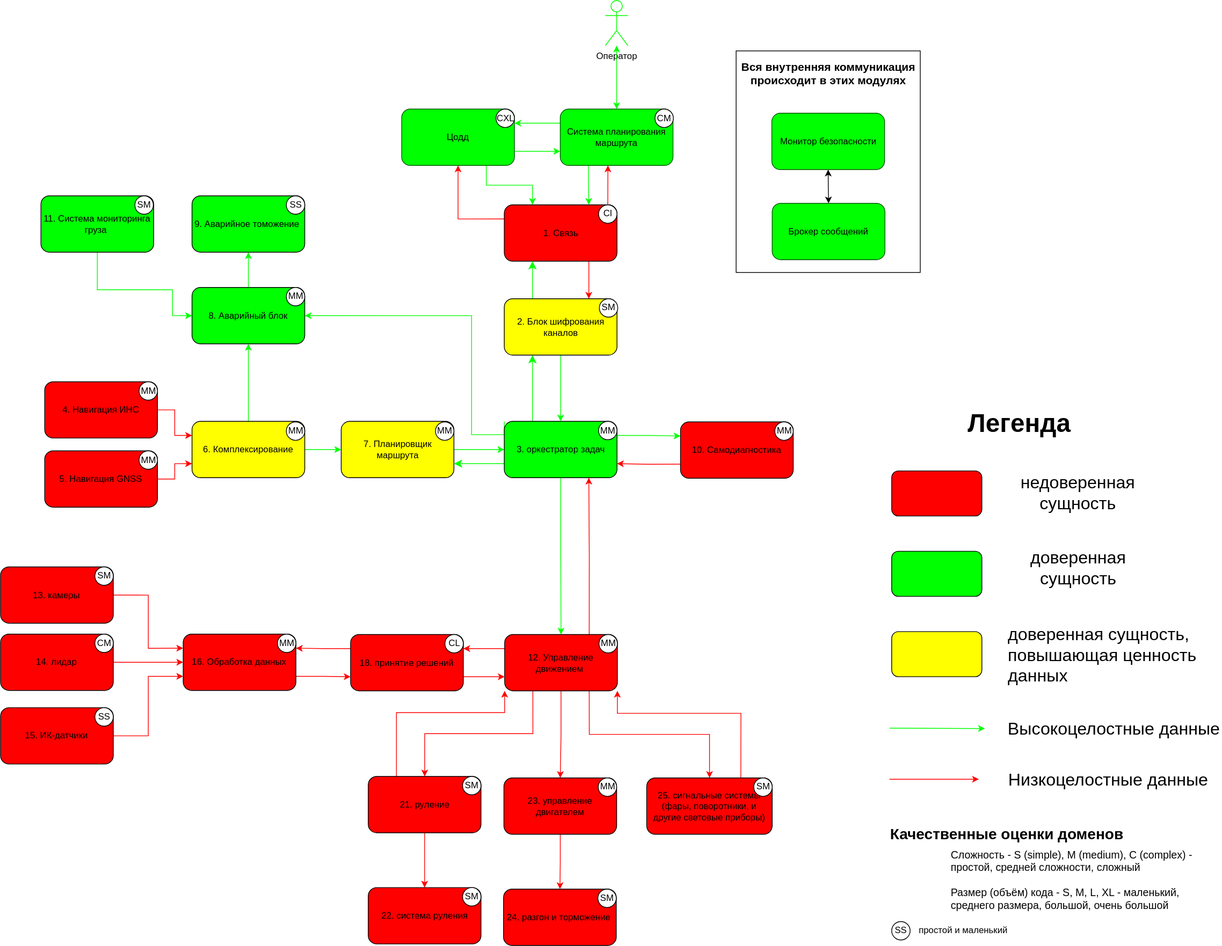
hedgehogsooo/conditionteams keeps this draw.io diagram as images/Декомпозированная диаграмма.svg. Above is the earlier version. Source tidied: cells renumbered, new cells last; positions are measured from the earlier drawing's top-left corner, leaving out a move shared by most shapes.
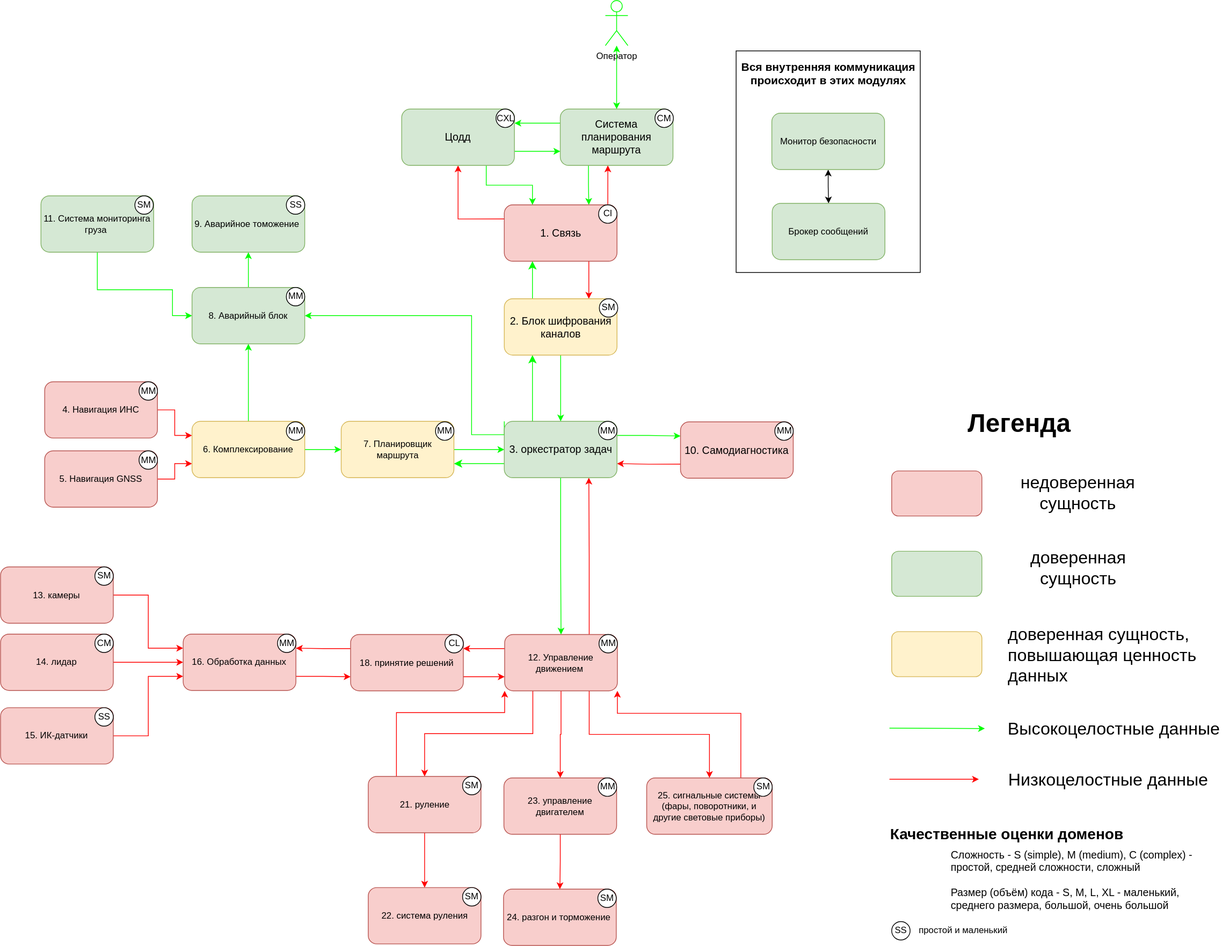
After the change.

Commit message:
Декомпозированная диаграмма

What changed in the source:
```diff
@@ -10,3 +10,3 @@
     </mxCell>
-    <mxCell id="4" value="1. Связь" style="rounded=1;whiteSpace=wrap;html=1;fillColor=#FF0000;" parent="1" vertex="1">
+    <mxCell id="4" value="&lt;font style=&quot;font-size: 14px;&quot;&gt;1. Связь&lt;/font&gt;" style="rounded=1;whiteSpace=wrap;html=1;fillColor=#f8cecc;strokeColor=#b85450;" parent="1" vertex="1">
       <mxGeometry x="670.5" y="272" width="150" height="75" as="geometry" />
@@ -16,3 +16,3 @@
     </mxCell>
-    <mxCell id="6" value="10. Самодиагностика" style="rounded=1;whiteSpace=wrap;html=1;fillColor=#FF0000;" parent="1" vertex="1">
+    <mxCell id="6" value="&lt;font style=&quot;font-size: 14px;&quot;&gt;10. Самодиагностика&lt;/font&gt;" style="rounded=1;whiteSpace=wrap;html=1;fillColor=#f8cecc;strokeColor=#b85450;" parent="1" vertex="1">
       <mxGeometry x="905" y="561" width="150" height="75" as="geometry" />
@@ -31,3 +31,3 @@
     </mxCell>
-    <mxCell id="11" value="&lt;font style=&quot;color: rgb(0, 0, 0);&quot;&gt;Система планирования маршрута&lt;/font&gt;" style="rounded=1;whiteSpace=wrap;html=1;strokeColor=#005700;fillColor=#00FF00;fontColor=#ffffff;" parent="1" vertex="1">
+    <mxCell id="11" value="&lt;font style=&quot;color: rgb(0, 0, 0); font-size: 14px;&quot;&gt;Система планирования маршрута&lt;/font&gt;" style="rounded=1;whiteSpace=wrap;html=1;strokeColor=#82b366;fillColor=#d5e8d4;" parent="1" vertex="1">
       <mxGeometry x="745" y="144.5" width="150" height="75" as="geometry" />
@@ -40,3 +40,3 @@
     </mxCell>
-    <mxCell id="14" value="&lt;font style=&quot;color: rgb(0, 0, 0);&quot;&gt;Цодд&lt;/font&gt;" style="rounded=1;whiteSpace=wrap;html=1;strokeColor=#005700;fillColor=#00FF00;fontColor=#ffffff;" parent="1" vertex="1">
+    <mxCell id="14" value="&lt;font style=&quot;color: rgb(0, 0, 0); font-size: 14px;&quot;&gt;Цодд&lt;/font&gt;" style="rounded=1;whiteSpace=wrap;html=1;strokeColor=#82b366;fillColor=#d5e8d4;" parent="1" vertex="1">
       <mxGeometry x="534" y="144.5" width="150" height="75" as="geometry" />
@@ -58,3 +58,3 @@
     </mxCell>
-    <mxCell id="20" value="12. Управление движением&amp;nbsp;" style="rounded=1;whiteSpace=wrap;html=1;fillColor=#FF0000;" parent="1" vertex="1">
+    <mxCell id="20" value="12. Управление движением&amp;nbsp;" style="rounded=1;whiteSpace=wrap;html=1;fillColor=#f8cecc;strokeColor=#b85450;" parent="1" vertex="1">
       <mxGeometry x="671" y="844" width="150" height="75" as="geometry" />
@@ -67,3 +67,3 @@
     </mxCell>
-    <mxCell id="23" value="18. принятие решений" style="rounded=1;whiteSpace=wrap;html=1;fillColor=#FF0000;" parent="1" vertex="1">
+    <mxCell id="23" value="18. принятие решений" style="rounded=1;whiteSpace=wrap;html=1;fillColor=#f8cecc;strokeColor=#b85450;" parent="1" vertex="1">
       <mxGeometry x="466" y="844" width="150" height="75" as="geometry" />
@@ -79,3 +79,3 @@
     </mxCell>
-    <mxCell id="25" value="11. Система мониторинга груза&amp;nbsp;" style="rounded=1;whiteSpace=wrap;html=1;fillColor=#00FF00;" parent="1" vertex="1">
+    <mxCell id="25" value="11. Система мониторинга груза&amp;nbsp;" style="rounded=1;whiteSpace=wrap;html=1;fillColor=#d5e8d4;strokeColor=#82b366;" parent="1" vertex="1">
       <mxGeometry x="54" y="260" width="150" height="75" as="geometry" />
@@ -94,3 +94,3 @@
     </mxCell>
-    <mxCell id="28" value="7. Планировщик маршрута" style="rounded=1;whiteSpace=wrap;html=1;fillColor=#FFFF00;gradientColor=none;" parent="1" vertex="1">
+    <mxCell id="28" value="7. Планировщик маршрута" style="rounded=1;whiteSpace=wrap;html=1;fillColor=#fff2cc;strokeColor=#d6b656;" parent="1" vertex="1">
       <mxGeometry x="453.5" y="560.2" width="150" height="75" as="geometry" />
@@ -100,6 +100,6 @@
     </mxCell>
-    <mxCell id="30" value="4. Навигация ИНС" style="rounded=1;whiteSpace=wrap;html=1;fillColor=#FF0000;strokeColor=#000000;" parent="1" vertex="1">
+    <mxCell id="30" value="4. Навигация ИНС" style="rounded=1;whiteSpace=wrap;html=1;fillColor=#f8cecc;strokeColor=#b85450;" parent="1" vertex="1">
       <mxGeometry x="59" y="507.5" width="150" height="75" as="geometry" />
     </mxCell>
-    <mxCell id="31" value="24. разгон и торможение&amp;nbsp;" style="rounded=1;whiteSpace=wrap;html=1;fillColor=#FF0000;" parent="1" vertex="1">
+    <mxCell id="31" value="24. разгон и торможение&amp;nbsp;" style="rounded=1;whiteSpace=wrap;html=1;fillColor=#f8cecc;strokeColor=#b85450;" parent="1" vertex="1">
       <mxGeometry x="669.5" y="1183" width="150" height="75" as="geometry" />
@@ -117,6 +117,6 @@
     </mxCell>
-    <mxCell id="34" value="21. руление" style="rounded=1;whiteSpace=wrap;html=1;fillColor=#FF0000;" parent="1" vertex="1">
+    <mxCell id="34" value="21. руление" style="rounded=1;whiteSpace=wrap;html=1;fillColor=#f8cecc;strokeColor=#b85450;" parent="1" vertex="1">
       <mxGeometry x="489.5" y="1033" width="150" height="75" as="geometry" />
     </mxCell>
-    <mxCell id="35" value="22. система руления" style="rounded=1;whiteSpace=wrap;html=1;fillColor=#FF0000;" parent="1" vertex="1">
+    <mxCell id="35" value="22. система руления" style="rounded=1;whiteSpace=wrap;html=1;fillColor=#f8cecc;strokeColor=#b85450;" parent="1" vertex="1">
       <mxGeometry x="489.5" y="1181" width="150" height="75" as="geometry" />
@@ -131,3 +131,3 @@
     </mxCell>
-    <mxCell id="37" value="25. сигнальные системы&lt;br&gt;(фары, поворотники, и другие световые приборы)" style="rounded=1;whiteSpace=wrap;html=1;fillColor=#FF0000;" parent="1" vertex="1">
+    <mxCell id="37" value="25. сигнальные системы&lt;br&gt;(фары, поворотники, и другие световые приборы)" style="rounded=1;whiteSpace=wrap;html=1;fillColor=#f8cecc;strokeColor=#b85450;" parent="1" vertex="1">
       <mxGeometry x="860" y="1035" width="167" height="75" as="geometry" />
@@ -137,3 +137,3 @@
     </mxCell>
-    <mxCell id="39" value="13. камеры" style="rounded=1;whiteSpace=wrap;html=1;fillColor=#FF0000;" parent="1" vertex="1">
+    <mxCell id="39" value="13. камеры" style="rounded=1;whiteSpace=wrap;html=1;fillColor=#f8cecc;strokeColor=#b85450;" parent="1" vertex="1">
       <mxGeometry x="0.2" y="754" width="150" height="75" as="geometry" />
@@ -143,3 +143,3 @@
     </mxCell>
-    <mxCell id="41" value="14. лидар" style="rounded=1;whiteSpace=wrap;html=1;fillColor=#FF0000;" parent="1" vertex="1">
+    <mxCell id="41" value="14. лидар" style="rounded=1;whiteSpace=wrap;html=1;fillColor=#f8cecc;strokeColor=#b85450;" parent="1" vertex="1">
       <mxGeometry x="0.2" y="843.5" width="150" height="75" as="geometry" />
@@ -149,3 +149,3 @@
     </mxCell>
-    <mxCell id="43" value="16. Обработка данных" style="rounded=1;whiteSpace=wrap;html=1;fillColor=#FF0000;" parent="1" vertex="1">
+    <mxCell id="43" value="16. Обработка данных" style="rounded=1;whiteSpace=wrap;html=1;fillColor=#f8cecc;strokeColor=#b85450;" parent="1" vertex="1">
       <mxGeometry x="243.2" y="843.5" width="150" height="75" as="geometry" />
@@ -155,3 +155,3 @@
     </mxCell>
-    <mxCell id="45" value="15. ИК-датчики" style="rounded=1;whiteSpace=wrap;html=1;fillColor=#FF0000;" parent="1" vertex="1">
+    <mxCell id="45" value="15. ИК-датчики" style="rounded=1;whiteSpace=wrap;html=1;fillColor=#f8cecc;strokeColor=#b85450;" parent="1" vertex="1">
       <mxGeometry x="0.2" y="941.5" width="150" height="75" as="geometry" />
@@ -161,3 +161,3 @@
     </mxCell>
-    <mxCell id="47" value="5. Навигация GNSS" style="rounded=1;whiteSpace=wrap;html=1;fillColor=#FF0000;" parent="1" vertex="1">
+    <mxCell id="47" value="5. Навигация GNSS" style="rounded=1;whiteSpace=wrap;html=1;fillColor=#f8cecc;strokeColor=#b85450;" parent="1" vertex="1">
       <mxGeometry x="59" y="599.5" width="150" height="75" as="geometry" />
@@ -167,3 +167,3 @@
     </mxCell>
-    <mxCell id="49" value="23. управление двигателем" style="rounded=1;whiteSpace=wrap;html=1;fillColor=#FF0000;" parent="1" vertex="1">
+    <mxCell id="49" value="23. управление двигателем" style="rounded=1;whiteSpace=wrap;html=1;fillColor=#f8cecc;strokeColor=#b85450;" parent="1" vertex="1">
       <mxGeometry x="670" y="1035" width="150" height="75" as="geometry" />
@@ -191,3 +191,3 @@
     </mxCell>
-    <mxCell id="55" value="3. оркестратор задач" style="rounded=1;whiteSpace=wrap;html=1;fillColor=#00FF00;" parent="1" vertex="1">
+    <mxCell id="55" value="&lt;font style=&quot;font-size: 14px;&quot;&gt;3. оркестратор задач&lt;/font&gt;" style="rounded=1;whiteSpace=wrap;html=1;fillColor=#d5e8d4;strokeColor=#82b366;" parent="1" vertex="1">
       <mxGeometry x="670.5" y="560.2" width="150" height="75" as="geometry" />
@@ -200,3 +200,3 @@
     </mxCell>
-    <mxCell id="58" value="6. Комплексирование" style="rounded=1;whiteSpace=wrap;html=1;fillColor=#FFFF00;" parent="1" vertex="1">
+    <mxCell id="58" value="6. Комплексирование" style="rounded=1;whiteSpace=wrap;html=1;fillColor=#fff2cc;strokeColor=#d6b656;" parent="1" vertex="1">
       <mxGeometry x="255" y="560.2" width="150" height="75" as="geometry" />
@@ -209,3 +209,3 @@
     </mxCell>
-    <mxCell id="61" value="2. Блок шифрования каналов" style="rounded=1;whiteSpace=wrap;html=1;fillColor=#FFFF00;" parent="1" vertex="1">
+    <mxCell id="61" value="&lt;font style=&quot;font-size: 14px;&quot;&gt;2. Блок шифрования каналов&lt;/font&gt;" style="rounded=1;whiteSpace=wrap;html=1;fillColor=#fff2cc;strokeColor=#d6b656;" parent="1" vertex="1">
       <mxGeometry x="670.5" y="397" width="150" height="75" as="geometry" />
@@ -215,6 +215,6 @@
     </mxCell>
-    <mxCell id="63" value="8. Аварийный блок" style="rounded=1;whiteSpace=wrap;html=1;fillColor=#00FF00;" parent="1" vertex="1">
+    <mxCell id="63" value="8. Аварийный блок" style="rounded=1;whiteSpace=wrap;html=1;fillColor=#d5e8d4;strokeColor=#82b366;" parent="1" vertex="1">
       <mxGeometry x="255" y="382" width="150" height="75" as="geometry" />
     </mxCell>
-    <mxCell id="64" value="9. Аварийное томожение&amp;nbsp;" style="rounded=1;whiteSpace=wrap;html=1;fillColor=#00FF00;" parent="1" vertex="1">
+    <mxCell id="64" value="9. Аварийное томожение&amp;nbsp;" style="rounded=1;whiteSpace=wrap;html=1;fillColor=#d5e8d4;strokeColor=#82b366;" parent="1" vertex="1">
       <mxGeometry x="255" y="260" width="150" height="75" as="geometry" />
@@ -224,3 +224,3 @@
     </mxCell>
-    <mxCell id="66" style="rounded=1;whiteSpace=wrap;html=1;fillColor=#FF0000;" parent="1" vertex="1">
+    <mxCell id="66" style="rounded=1;whiteSpace=wrap;html=1;fillColor=#f8cecc;strokeColor=#b85450;" parent="1" vertex="1">
       <mxGeometry x="1186" y="626.2" width="120" height="60" as="geometry" />
@@ -230,3 +230,3 @@
     </mxCell>
-    <mxCell id="68" style="rounded=1;whiteSpace=wrap;html=1;fillColor=#00FF00;" parent="1" vertex="1">
+    <mxCell id="68" style="rounded=1;whiteSpace=wrap;html=1;fillColor=#d5e8d4;strokeColor=#82b366;" parent="1" vertex="1">
       <mxGeometry x="1186" y="733.2" width="120" height="60" as="geometry" />
@@ -236,3 +236,3 @@
     </mxCell>
-    <mxCell id="70" style="rounded=1;whiteSpace=wrap;html=1;fillColor=#FFFF00;" parent="1" vertex="1">
+    <mxCell id="70" style="rounded=1;whiteSpace=wrap;html=1;fillColor=#fff2cc;strokeColor=#d6b656;" parent="1" vertex="1">
       <mxGeometry x="1186" y="840.2" width="120" height="60" as="geometry" />
@@ -350,6 +350,6 @@
     </mxCell>
-    <mxCell id="106" value="&lt;font style=&quot;color: rgb(0, 0, 0);&quot;&gt;Монитор безопасности&lt;/font&gt;" style="rounded=1;whiteSpace=wrap;html=1;strokeColor=#005700;fillColor=#00FF00;fontColor=#ffffff;" parent="1" vertex="1">
+    <mxCell id="106" value="&lt;font style=&quot;color: rgb(0, 0, 0);&quot;&gt;Монитор безопасности&lt;/font&gt;" style="rounded=1;whiteSpace=wrap;html=1;strokeColor=#82b366;fillColor=#d5e8d4;" parent="1" vertex="1">
       <mxGeometry x="1026.5" y="150" width="150" height="75" as="geometry" />
     </mxCell>
-    <mxCell id="107" value="&lt;font style=&quot;color: rgb(0, 0, 0);&quot;&gt;Брокер сообщений&lt;/font&gt;" style="rounded=1;whiteSpace=wrap;html=1;strokeColor=#005700;fillColor=#00FF00;fontColor=#ffffff;" parent="1" vertex="1">
+    <mxCell id="107" value="&lt;font style=&quot;color: rgb(0, 0, 0);&quot;&gt;Брокер сообщений&lt;/font&gt;" style="rounded=1;whiteSpace=wrap;html=1;strokeColor=#82b366;fillColor=#d5e8d4;" parent="1" vertex="1">
       <mxGeometry x="1027" y="270" width="150" height="75" as="geometry" />
```
